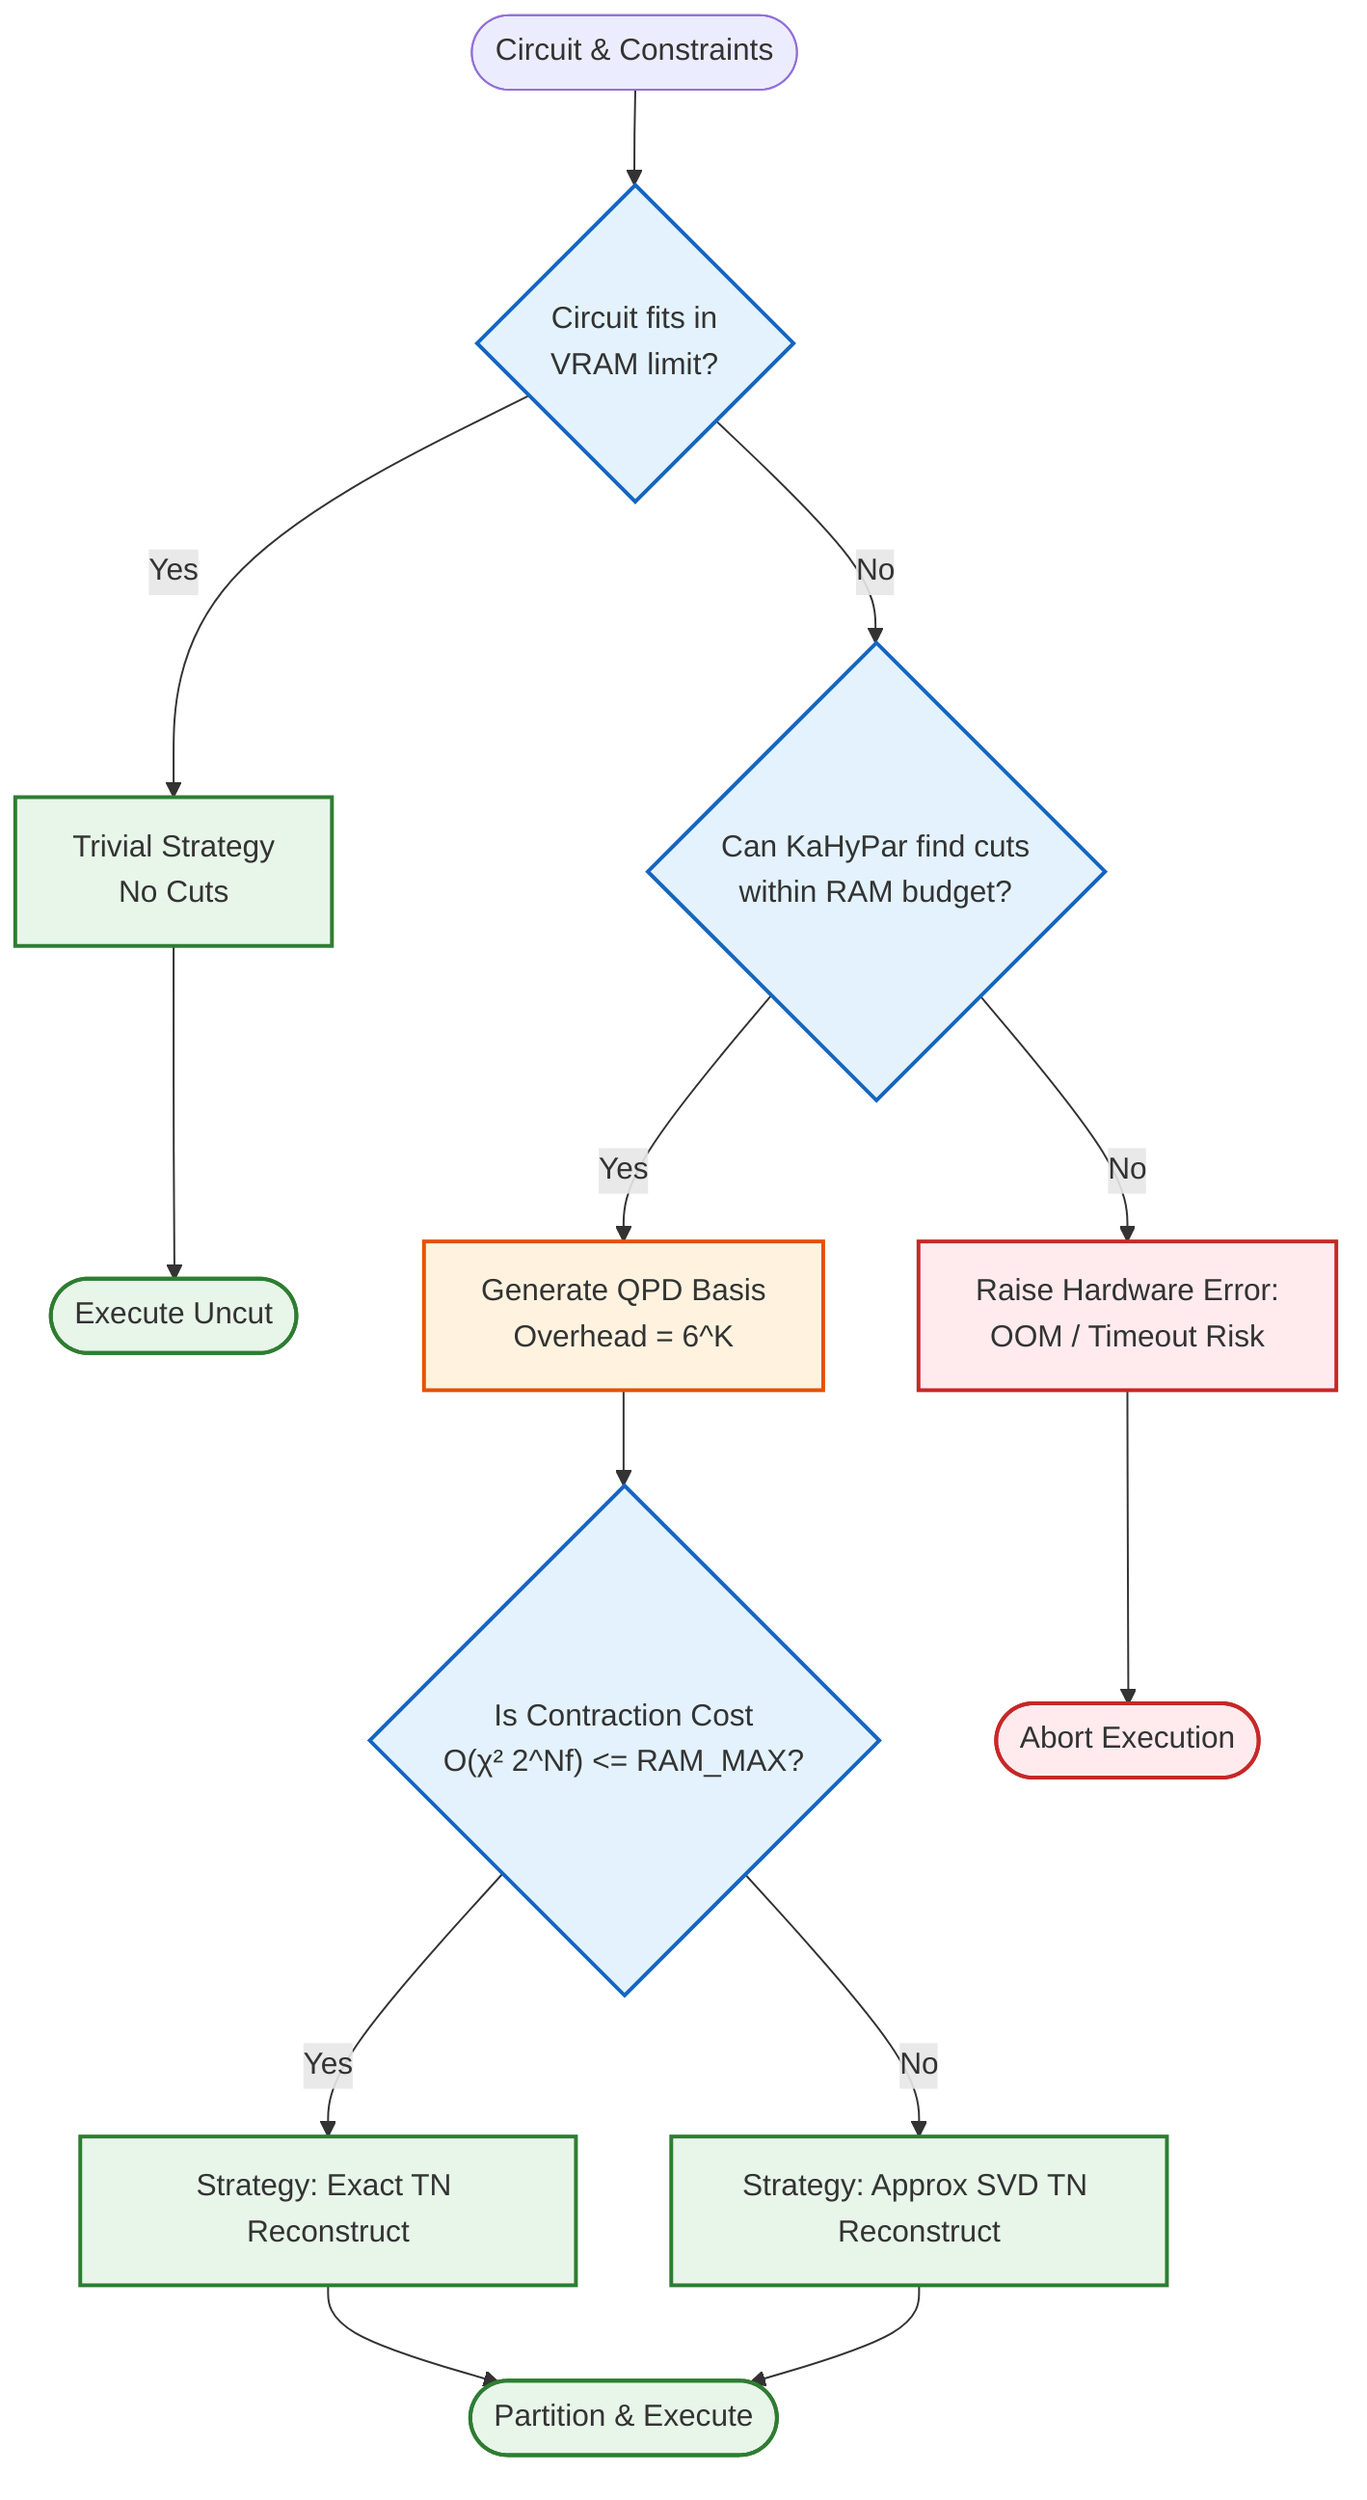
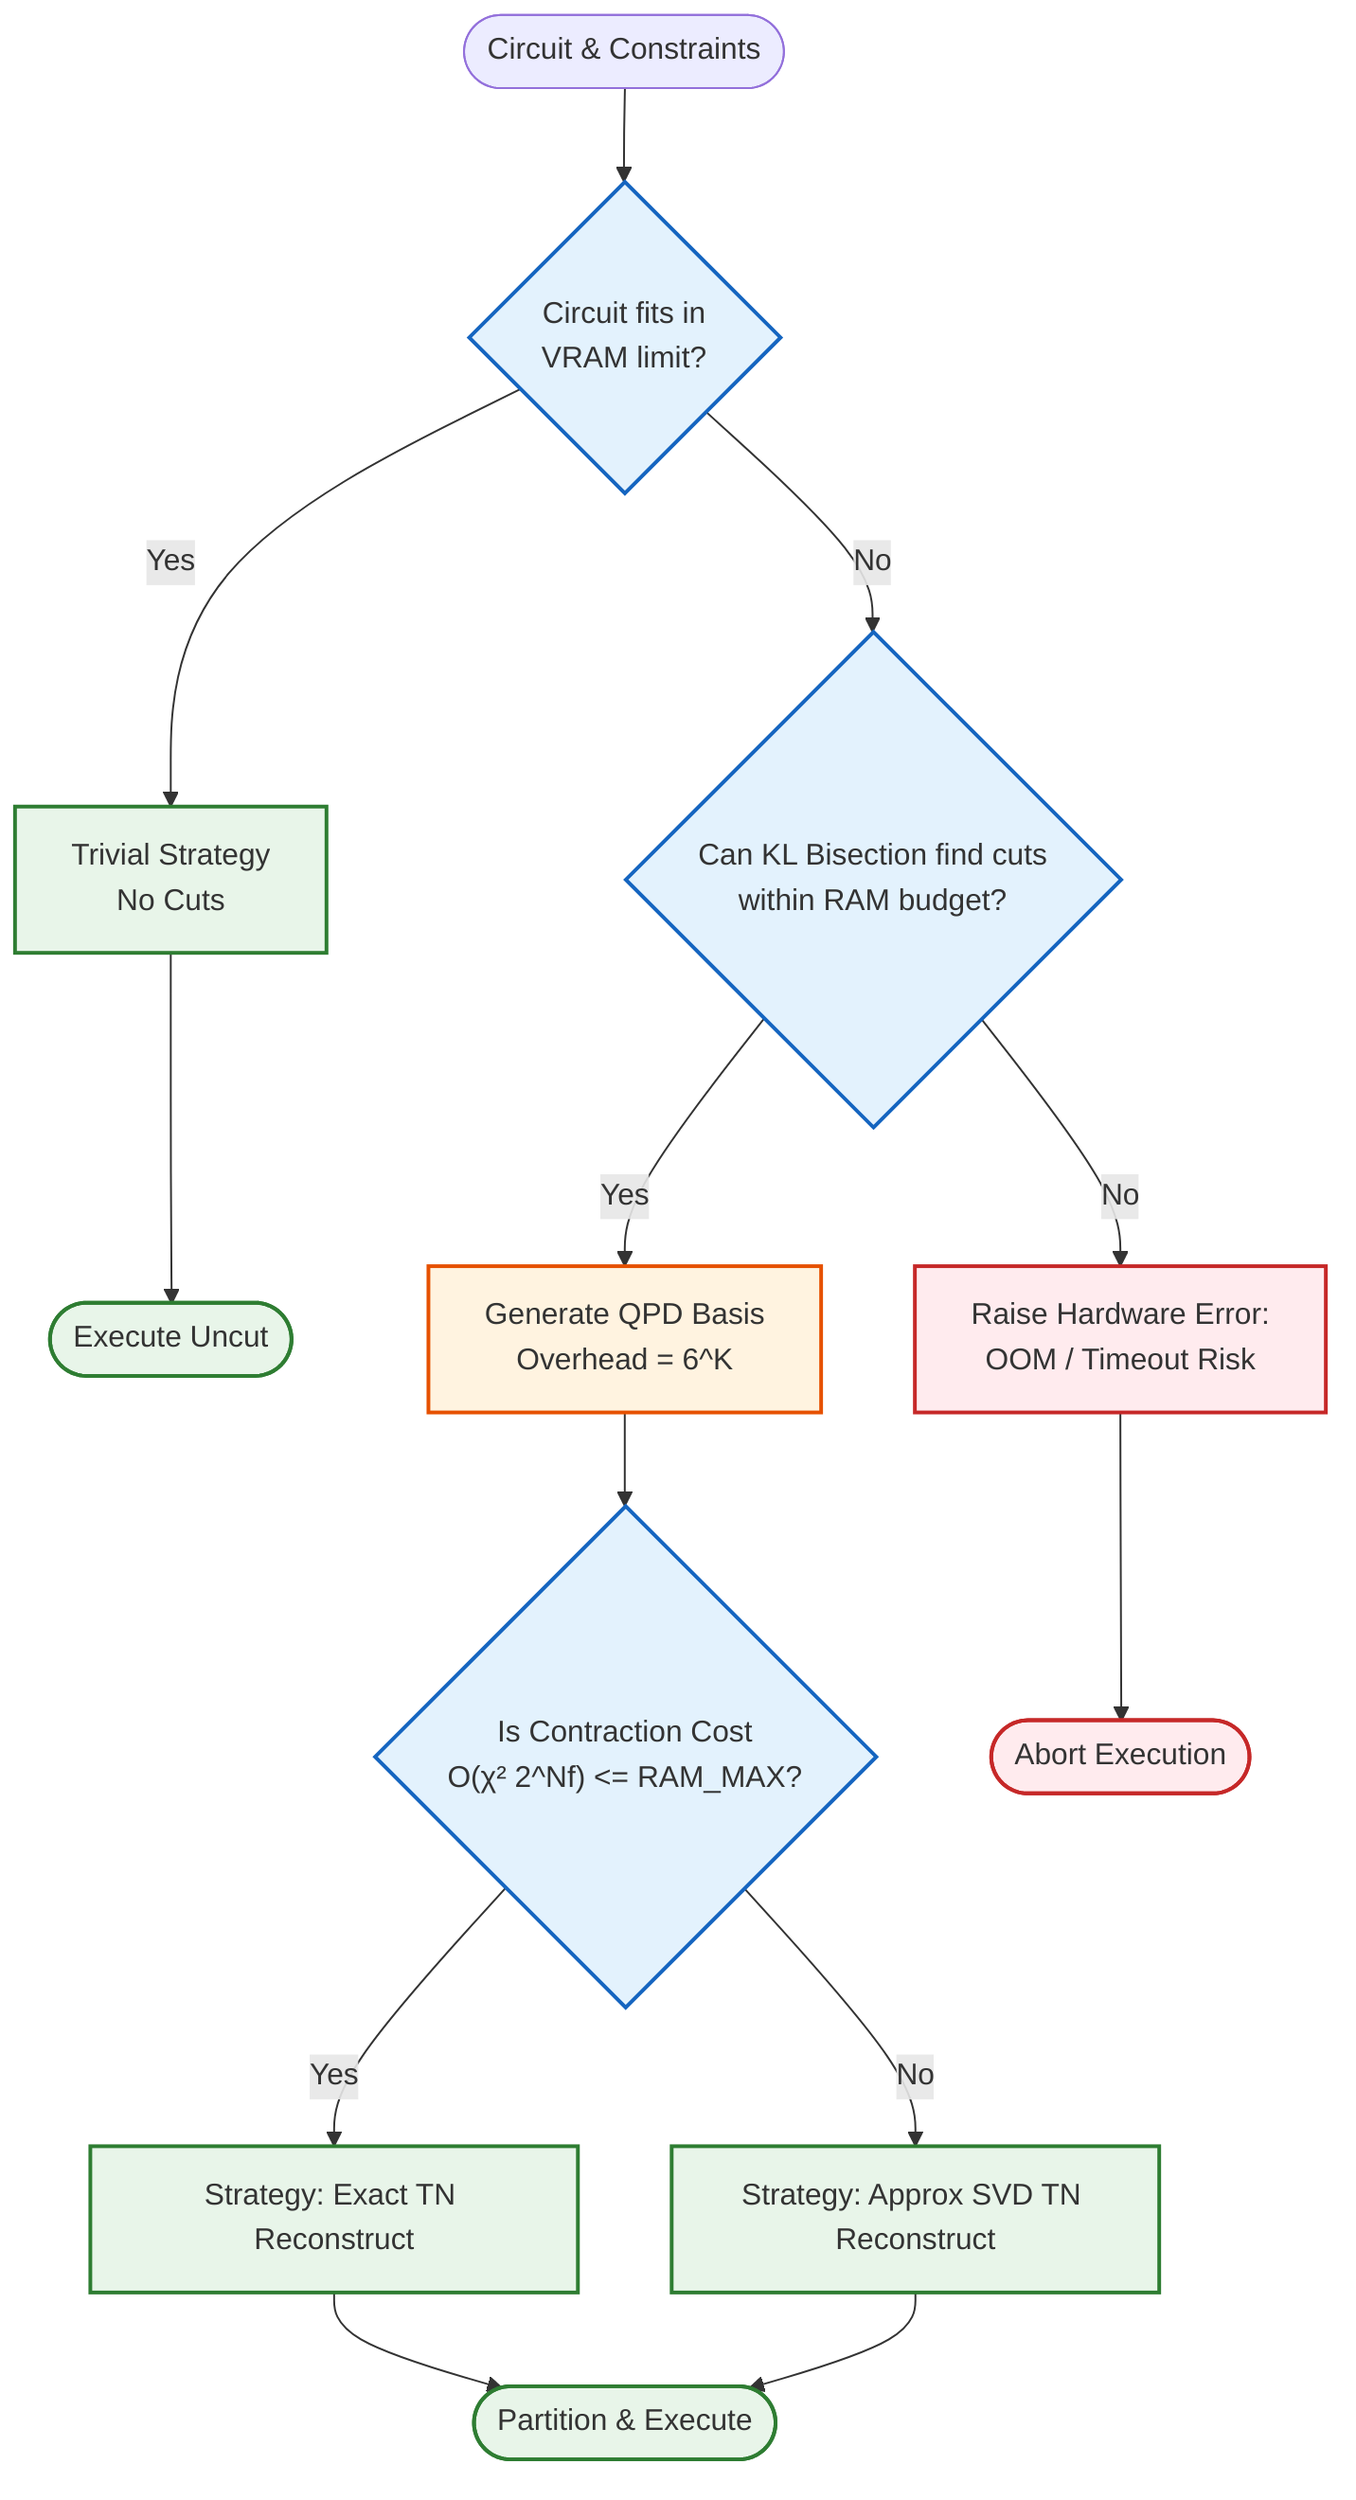
flowchart TD
    Start([Circuit & Constraints]) --> B{Circuit fits in <br> VRAM limit?}

    B -- Yes --> C["Trivial Strategy <br> No Cuts"]
-     B -- No --> D{"Can KaHyPar find cuts <br> within RAM budget?"}
+     B -- No --> D{"Can KL Bisection find cuts <br> within RAM budget?"}

    C --> End1(["Execute Uncut"])

    D -- No --> E["Raise Hardware Error: <br> OOM / Timeout Risk"]
    D -- Yes --> F["Generate QPD Basis <br> Overhead = 6^K"]

    F --> G{"Is Contraction Cost <br> O(χ² 2^Nf) <= RAM_MAX?"}

    G -- Yes --> H["Strategy: Exact TN Reconstruct"]
    G -- No --> I["Strategy: Approx SVD TN Reconstruct"]

    H --> End2(["Partition & Execute"])
    I --> End2
    E --> End3(["Abort Execution"])

    classDef success fill:#e8f5e9,stroke:#2e7d32,stroke-width:2px;
    classDef warning fill:#fff3e0,stroke:#e65100,stroke-width:2px;
    classDef danger fill:#ffebee,stroke:#c62828,stroke-width:2px;
    classDef decision fill:#e3f2fd,stroke:#1565c0,stroke-width:2px;

    class B,D,G decision;
    class C,H,I,End1,End2 success;
    class F warning;
    class E,End3 danger;
